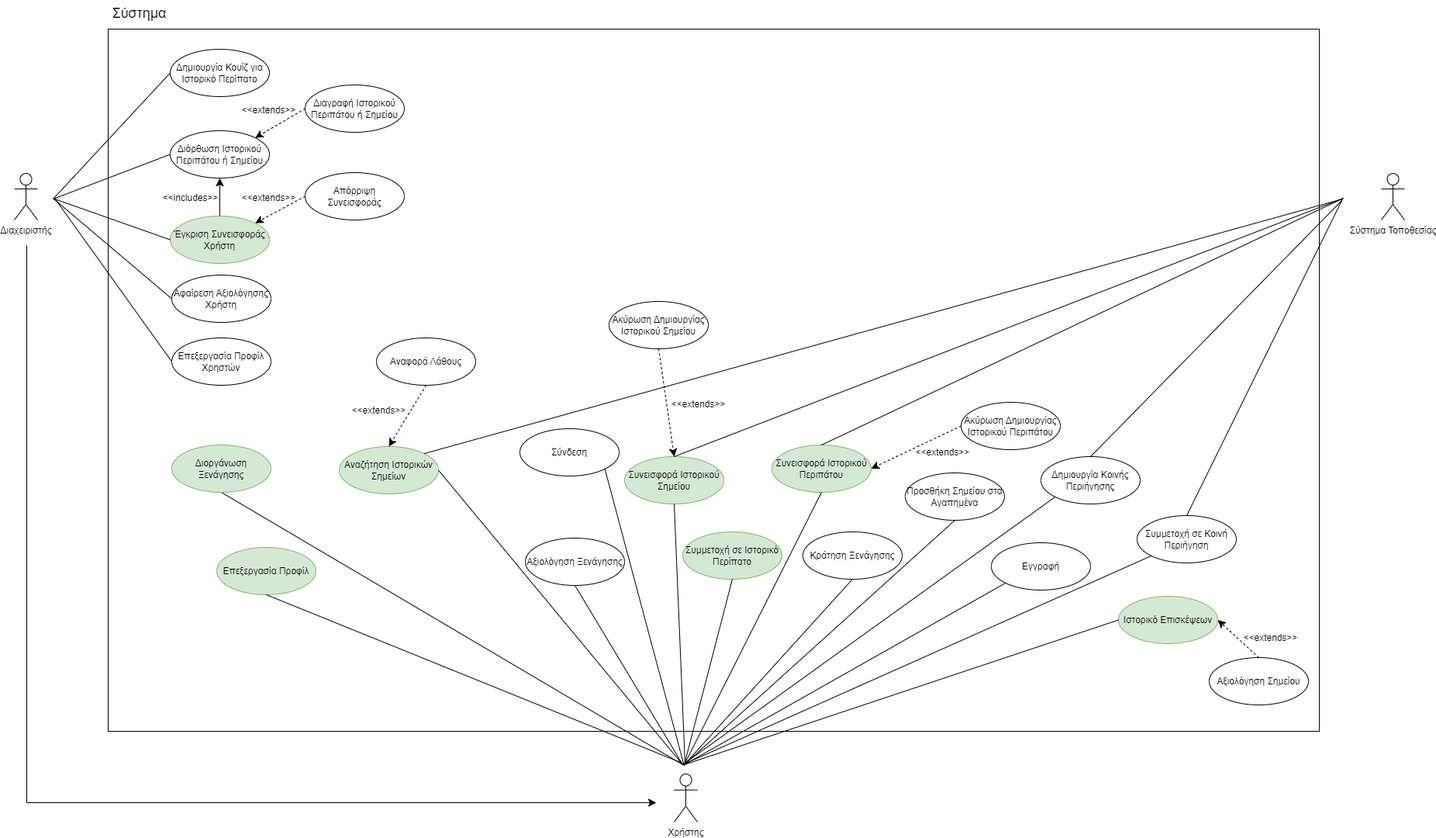
Nektar24/software-engineering keeps this draw.io diagram as NOTES/Use Case Diagram v0.1.png. Above is the earlier version. Source tidied: cells renumbered, new cells last; positions are measured from the earlier drawing's top-left corner, leaving out a move shared by most shapes.
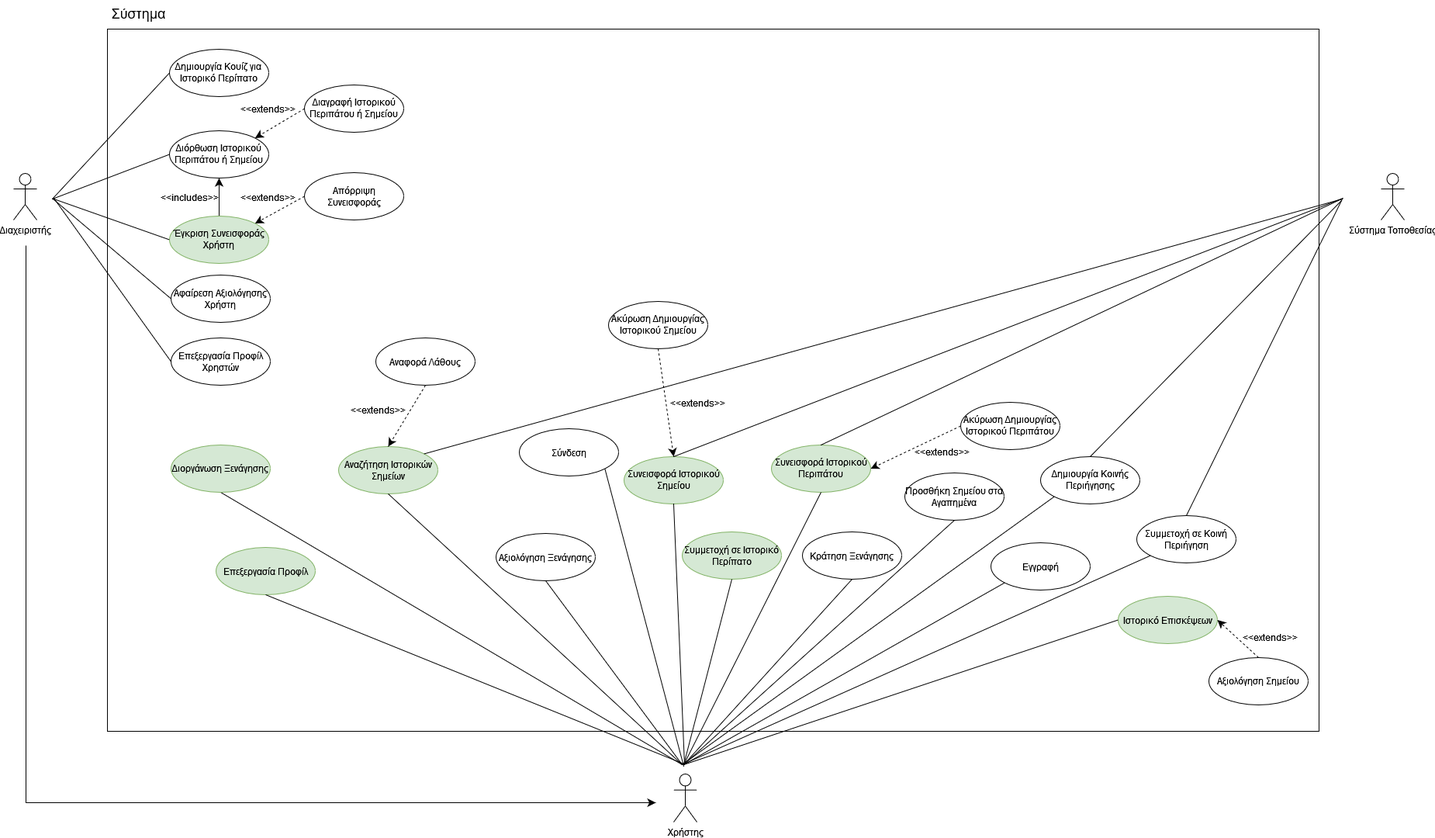
The same file after the commit.

Commit message:
use case diagram corrections

Change to the diagram source:
```diff
@@ -99,7 +99,7 @@
       <mxGeometry x="652" y="552" width="128" height="61" as="geometry" />
     </mxCell>
     <mxCell id="30" value="Αξιολόγηση Ξενάγησης" style="ellipse;whiteSpace=wrap;html=1;" parent="1" vertex="1">
-      <mxGeometry x="659" y="693" width="128" height="61" as="geometry" />
+      <mxGeometry x="622" y="687" width="128" height="61" as="geometry" />
     </mxCell>
     <mxCell id="31" value="Συνεισφορά Ιστορικού Σημείου" style="ellipse;whiteSpace=wrap;html=1;fillColor=#d5e8d4;strokeColor=#82b366;" parent="1" vertex="1">
       <mxGeometry x="787" y="588" width="128" height="61" as="geometry" />
@@ -140,7 +140,7 @@
     <mxCell id="43" value="Ιστορικό Επισκέψεων" style="ellipse;whiteSpace=wrap;html=1;fillColor=#d5e8d4;strokeColor=#82b366;" parent="1" vertex="1">
       <mxGeometry x="1424" y="768" width="128" height="61" as="geometry" />
     </mxCell>
-    <mxCell id="44" style="endArrow=none;html=1;rounded=0;fontSize=12;startSize=8;endSize=8;curved=1;entryX=1;entryY=0.5;entryDx=0;entryDy=0;" parent="1" edge="1" target="27">
+    <mxCell id="44" style="endArrow=none;html=1;rounded=0;fontSize=12;startSize=8;endSize=8;curved=1;entryX=0.5;entryY=1;entryDx=0;entryDy=0;" parent="1" edge="1" target="27">
       <mxGeometry relative="1" as="geometry">
         <mxPoint x="862" y="985" as="sourcePoint" />
       </mxGeometry>
```
